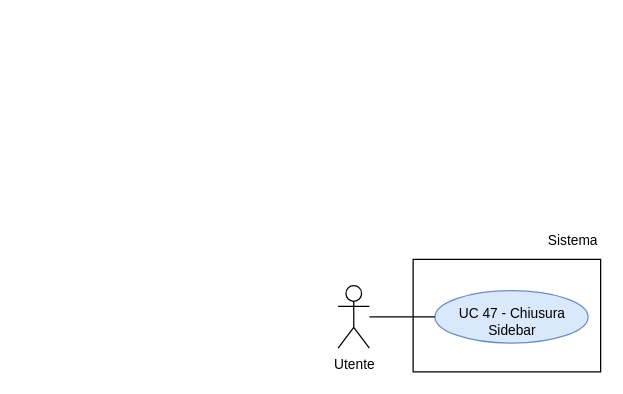
thebitless-group-swe/thebitless.github.io keeps this draw.io diagram as RTB/doc_esterna/analisi-dei-requisiti/assets/draw.io/UC47.drawio. Above is the earlier version. Source tidied: cells renumbered, new cells numbered last; positions are measured from the earlier drawing's top-left corner, leaving out a move shared by most shapes. Both pictures are drawn from the tidied source at 125%, with x=0, y=0 at pixel (338, 221).
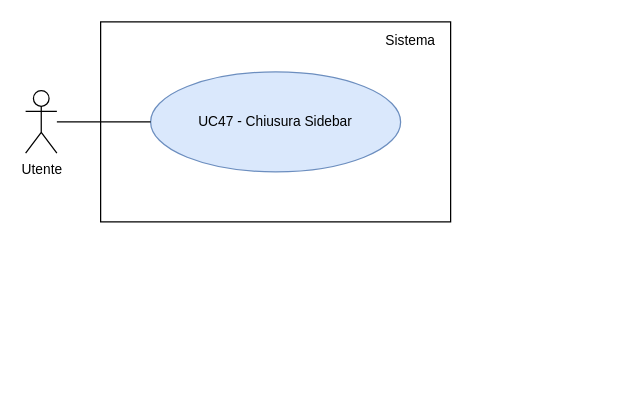
The same page after the edit.

Diff of the diagram source:
```diff
@@
 <mxGraphModel>
   <root>
     <mxCell id="0" />
     <mxCell id="1" parent="0" />
     <mxCell id="2" value="Utente" style="shape=umlActor;verticalLabelPosition=bottom;verticalAlign=top;html=1;outlineConnect=0;fontSize=11;" parent="1" vertex="1">
-      <mxGeometry y="51" width="25" height="50" as="geometry" />
+      <mxGeometry x="-250" y="-105" width="25" height="50" as="geometry" />
     </mxCell>
-    <mxCell id="3" style="rounded=0;whiteSpace=wrap;html=1;strokeWidth=1;" parent="1" vertex="1">
-      <mxGeometry x="60" y="30" width="150" height="90" as="geometry" />
-    </mxCell>
+    <mxCell id="8" style="rounded=0;whiteSpace=wrap;html=1;strokeWidth=1;" parent="1" vertex="1">
+      <mxGeometry x="-190" y="-160" width="280" height="160" as="geometry" />
+    </mxCell>
     <mxCell id="4" value="Sistema" style="text;html=1;whiteSpace=wrap;strokeColor=none;fillColor=none;align=right;verticalAlign=middle;fontSize=11;" parent="1" vertex="1">
-      <mxGeometry x="150" width="60" height="30" as="geometry" />
+      <mxGeometry x="10" y="-155" width="70" height="20" as="geometry" />
     </mxCell>
-    <mxCell id="5" value="UC 47 - Chiusura Sidebar" style="ellipse;whiteSpace=wrap;html=1;fillColor=#dae8fc;strokeColor=#6c8ebf;fontSize=11;spacingBottom=-7;" parent="1" vertex="1">
-      <mxGeometry x="77.5" y="55" width="122.5" height="42" as="geometry" />
-    </mxCell>
-    <mxCell id="6" style="edgeStyle=none;rounded=0;jettySize=auto;html=1;endArrow=none;endFill=0;" parent="1" edge="1" source="2" target="5">
-      <mxGeometry relative="1" as="geometry" />
-    </mxCell>
-    <mxCell id="7" style="edgeStyle=orthogonalEdgeStyle;rounded=0;orthogonalLoop=1;jettySize=auto;html=1;exitX=0.5;exitY=1;exitDx=0;exitDy=0;" parent="1" edge="1" source="4" target="4">
-      <mxGeometry relative="1" as="geometry" />
-    </mxCell>
+    <mxCell id="9" value="UC47 - Chiusura Sidebar" style="ellipse;whiteSpace=wrap;html=1;fillColor=#dae8fc;strokeColor=#6c8ebf;fontSize=11;" parent="1" vertex="1">
+      <mxGeometry x="-150" y="-120" width="200" height="80" as="geometry" />
+    </mxCell>
+    <mxCell id="10" style="edgeStyle=none;rounded=0;jettySize=auto;html=1;endArrow=none;endFill=0;" parent="1" edge="1" source="2" target="9">
+      <mxGeometry relative="1" as="geometry" />
+    </mxCell>
   </root>
 </mxGraphModel>
```
